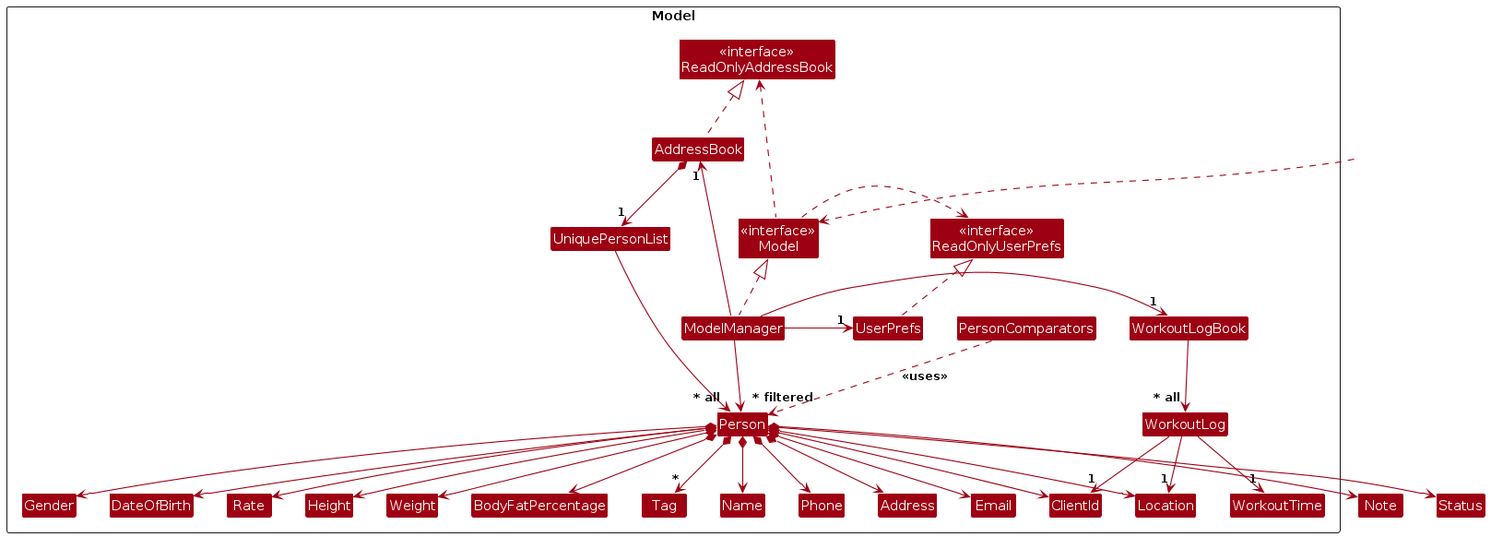
prickloll/tp keeps this PlantUML diagram as diagrams/ModelClassDiagram.png. Above is the earlier version. Its source is kept beside it as diagrams/ModelClassDiagram.puml.
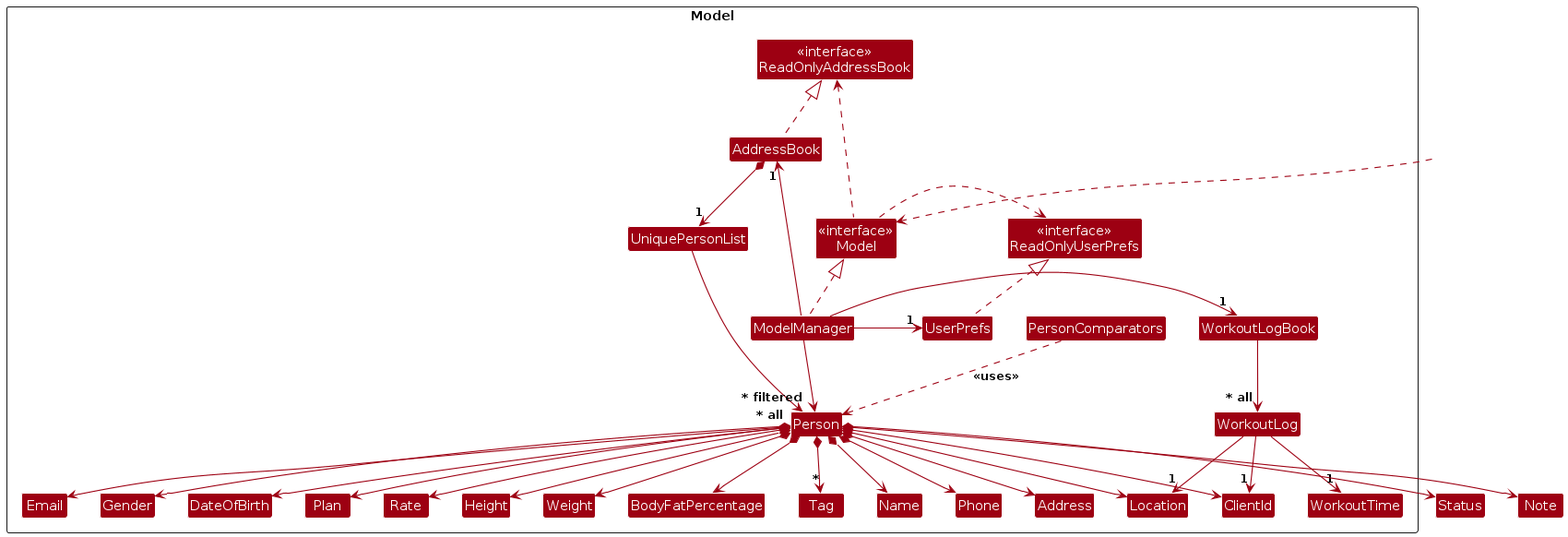
Above is the later version.

Change to the diagram source:
```diff
@@ -26,6 +26,7 @@
 Class Name
 Class Phone
 Class Location
+Class Plan
 Class Rate
 Class Height
 Class Weight
@@ -66,6 +67,7 @@
 Person *--> DateOfBirth
 Person *--> Location
 Person *--> Note
+Person *--> Plan
 Person *--> Rate
 Person *--> Status
 Person *--> Height
```
